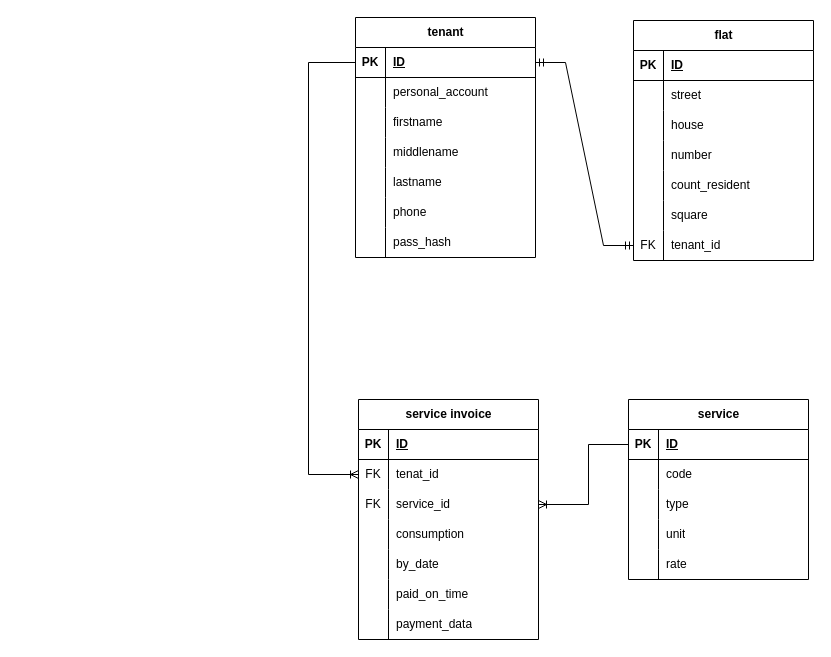
Before: diagram.drawio in pogrammeest/college-educational-practice, a draw.io diagram. Source tidied: cells renumbered, new cells numbered last; positions are measured from the earlier drawing's top-left corner, leaving out a move shared by most shapes. Both pictures are drawn from the tidied source at 100%, with x=0, y=0 at pixel (308, 17).
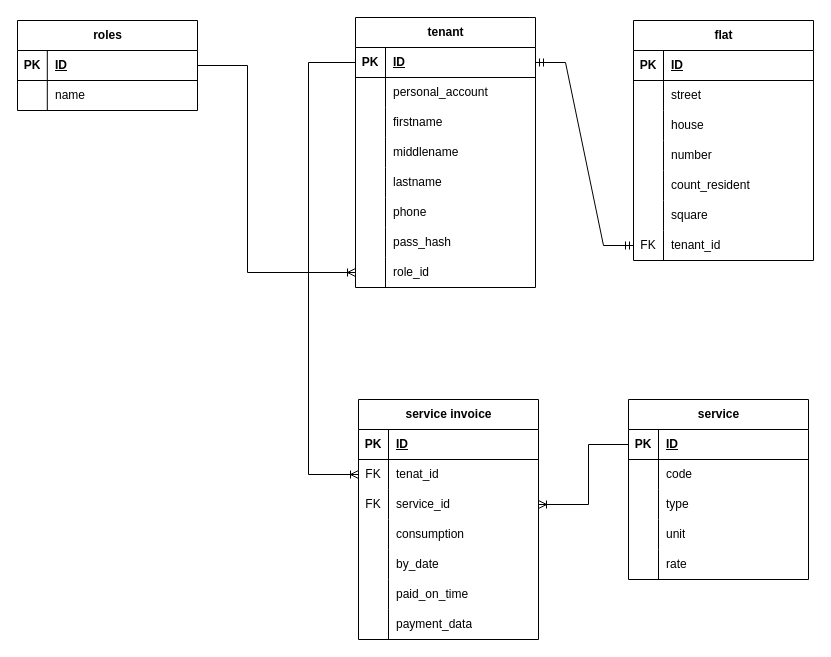
Above is the later version.

Change to the diagram source:
```diff
@@
     <mxCell id="2" value="tenant" style="shape=table;startSize=30;childLayout=tableLayout;rowLines=0;fontStyle=1;align=center;html=1;" parent="1" vertex="1">
-      <mxGeometry x="47" width="180" height="240" as="geometry" />
+      <mxGeometry x="47" width="180" height="270" as="geometry" />
     </mxCell>
@@
+    <mxCell id="87" style="shape=tableRow;horizontal=0;startSize=0;swimlaneHead=0;swimlaneBody=0;fillColor=none;points=[[0,0.5],[1,0.5]];portConstraint=eastwest;top=0;left=0;right=0;bottom=0;" parent="2" vertex="1">
+      <mxGeometry y="240" width="180" height="30" as="geometry" />
+    </mxCell>
+    <mxCell id="88" style="shape=partialRectangle;fillColor=none;top=0;left=0;bottom=0;right=0;overflow=hidden;whiteSpace=wrap;html=1;" parent="87" vertex="1">
+      <mxGeometry width="30" height="30" as="geometry" />
+    </mxCell>
+    <mxCell id="89" value="role_id" style="shape=partialRectangle;fillColor=none;top=0;left=0;bottom=0;right=0;align=left;spacingLeft=6;overflow=hidden;whiteSpace=wrap;html=1;" parent="87" vertex="1">
+      <mxGeometry x="30" width="150" height="30" as="geometry" />
+    </mxCell>
@@
+    <mxCell id="90" value="roles" style="shape=table;startSize=30;childLayout=tableLayout;rowLines=0;fontStyle=1;align=center;html=1;" parent="1" vertex="1">
+      <mxGeometry x="-291" y="3" width="180" height="90" as="geometry" />
+    </mxCell>
+    <mxCell id="91" style="shape=tableRow;horizontal=0;startSize=0;swimlaneHead=0;swimlaneBody=0;fillColor=none;top=0;left=0;right=0;bottom=1;" parent="90" vertex="1">
+      <mxGeometry y="30" width="180" height="30" as="geometry" />
+    </mxCell>
+    <mxCell id="92" value="PK" style="shape=partialRectangle;fillColor=none;top=0;left=0;bottom=0;right=0;fontStyle=1;overflow=hidden;whiteSpace=wrap;html=1;" parent="91" vertex="1">
+      <mxGeometry width="29.8" height="30" as="geometry" />
+    </mxCell>
+    <mxCell id="93" value="ID" style="shape=partialRectangle;fillColor=none;top=0;left=0;bottom=0;right=0;align=left;spacingLeft=6;fontStyle=5;overflow=hidden;whiteSpace=wrap;html=1;" parent="91" vertex="1">
+      <mxGeometry x="29.8" width="150.2" height="30" as="geometry" />
+    </mxCell>
+    <mxCell id="94" style="shape=tableRow;horizontal=0;startSize=0;swimlaneHead=0;swimlaneBody=0;fillColor=none;top=0;left=0;right=0;bottom=0;" parent="90" vertex="1">
+      <mxGeometry y="60" width="180" height="30" as="geometry" />
+    </mxCell>
+    <mxCell id="95" style="shape=partialRectangle;fillColor=none;top=0;left=0;bottom=0;right=0;overflow=hidden;whiteSpace=wrap;html=1;" parent="94" vertex="1">
+      <mxGeometry width="29.8" height="30" as="geometry" />
+    </mxCell>
+    <mxCell id="96" value="name" style="shape=partialRectangle;fillColor=none;top=0;left=0;bottom=0;right=0;align=left;spacingLeft=6;overflow=hidden;whiteSpace=wrap;html=1;" parent="94" vertex="1">
+      <mxGeometry x="29.8" width="150.2" height="30" as="geometry" />
+    </mxCell>
+    <mxCell id="97" style="fontSize=12;html=1;endArrow=none;rounded=0;edgeStyle=orthogonalEdgeStyle;exitX=0;exitY=0.5;exitDx=0;exitDy=0;endFill=0;startArrow=ERoneToMany;startFill=0;entryX=1;entryY=0.5;entryDx=0;entryDy=0;" parent="1" edge="1" source="87" target="90">
+      <mxGeometry relative="1" as="geometry">
+        <Array as="points">
+          <mxPoint x="-61" y="255" />
+          <mxPoint x="-61" y="48" />
+        </Array>
+      </mxGeometry>
+    </mxCell>
```
